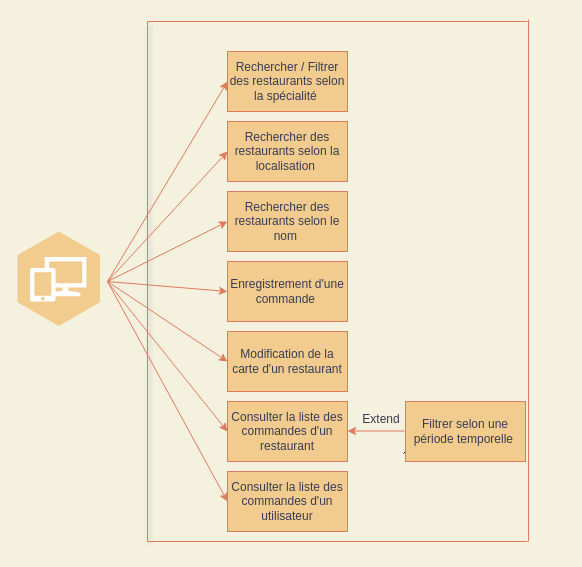
TheAIWizard/Ensaeats keeps this draw.io diagram as diagrammes/diagramme_utilisation_API.drawio. Above is the earlier version. Source tidied: cells renumbered, new cells numbered last; positions are measured from the earlier drawing's top-left corner, leaving out a move shared by most shapes. Both pictures are drawn from the tidied source at 100%, with x=0, y=0 at pixel (17, 19).
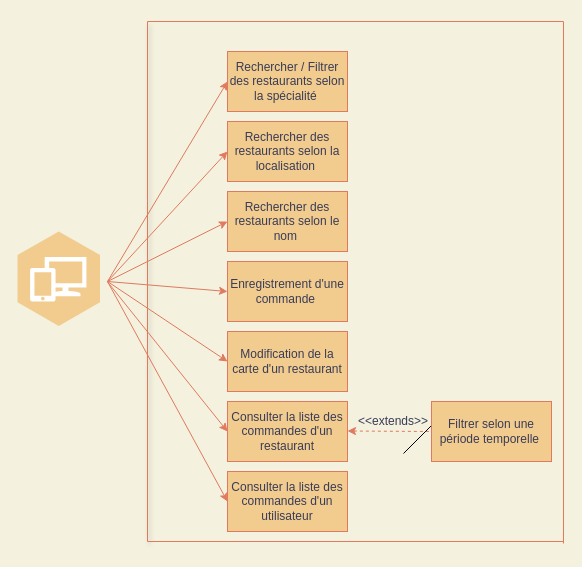
The same diagram, later.

The edit, as a diff of the source:
```diff
@@
     <mxCell id="13" style="endArrow=none;html=1;labelBackgroundColor=#F4F1DE;strokeColor=#E07A5F;fontColor=#393C56;" parent="1" edge="1">
       <mxGeometry relative="1" as="geometry">
         <mxPoint x="130" y="522" as="sourcePoint" />
-        <mxPoint x="510" y="522" as="targetPoint" />
+        <mxPoint x="546" y="522" as="targetPoint" />
         <Array as="points">
           <mxPoint x="130" y="522" />
         </Array>
       </mxGeometry>
     </mxCell>
     <mxCell id="14" style="endArrow=none;html=1;labelBackgroundColor=#F4F1DE;strokeColor=#E07A5F;fontColor=#393C56;" parent="1" edge="1">
       <mxGeometry relative="1" as="geometry">
-        <mxPoint x="511" y="522" as="sourcePoint" />
-        <mxPoint x="511" as="targetPoint" />
+        <mxPoint x="546" y="524" as="sourcePoint" />
+        <mxPoint x="546" y="2" as="targetPoint" />
       </mxGeometry>
     </mxCell>
     <mxCell id="15" style="endArrow=none;html=1;labelBackgroundColor=#F4F1DE;strokeColor=#E07A5F;fontColor=#393C56;" parent="1" edge="1">
       <mxGeometry relative="1" as="geometry">
         <mxPoint x="130" y="2" as="sourcePoint" />
-        <mxPoint x="510" y="2" as="targetPoint" />
+        <mxPoint x="546" y="2" as="targetPoint" />
         <Array as="points">
           <mxPoint x="130" y="2" />
         </Array>
       </mxGeometry>
     </mxCell>
@@
-    <mxCell id="22" style="endArrow=none;html=1;strokeColor=#E07A5F;startArrow=classic;startFill=1;endFill=0;" parent="1" edge="1">
+    <mxCell id="22" style="endArrow=none;html=1;strokeColor=#E07A5F;startArrow=classic;startFill=1;endFill=0;dashed=1;" parent="1" edge="1">
       <mxGeometry relative="1" as="geometry">
         <mxPoint x="330" y="411.5" as="sourcePoint" />
-        <mxPoint x="387" y="411.5" as="targetPoint" />
+        <mxPoint x="413" y="412" as="targetPoint" />
       </mxGeometry>
     </mxCell>
     <mxCell id="23" value="Filtrer selon une période temporelle&amp;nbsp;" style="rounded=0;whiteSpace=wrap;html=1;fillColor=#F2CC8F;strokeColor=#E07A5F;fontColor=#393C56;" parent="1" vertex="1">
-      <mxGeometry x="388" y="382" width="120" height="60" as="geometry" />
+      <mxGeometry x="414" y="382" width="120" height="60" as="geometry" />
     </mxCell>
-    <mxCell id="24" value="Extend" style="text;html=1;strokeColor=none;fillColor=none;align=center;verticalAlign=middle;whiteSpace=wrap;rounded=0;rotation=0;fontColor=#393C56;" parent="1" vertex="1">
-      <mxGeometry x="344" y="390" width="40" height="20" as="geometry" />
+    <mxCell id="24" value="&amp;lt;&amp;lt;extends&amp;gt;&amp;gt;" style="text;html=1;strokeColor=none;fillColor=none;align=center;verticalAlign=middle;whiteSpace=wrap;rounded=0;rotation=0;fontColor=#393C56;" parent="1" vertex="1">
+      <mxGeometry x="356" y="392" width="40" height="20" as="geometry" />
     </mxCell>
```
